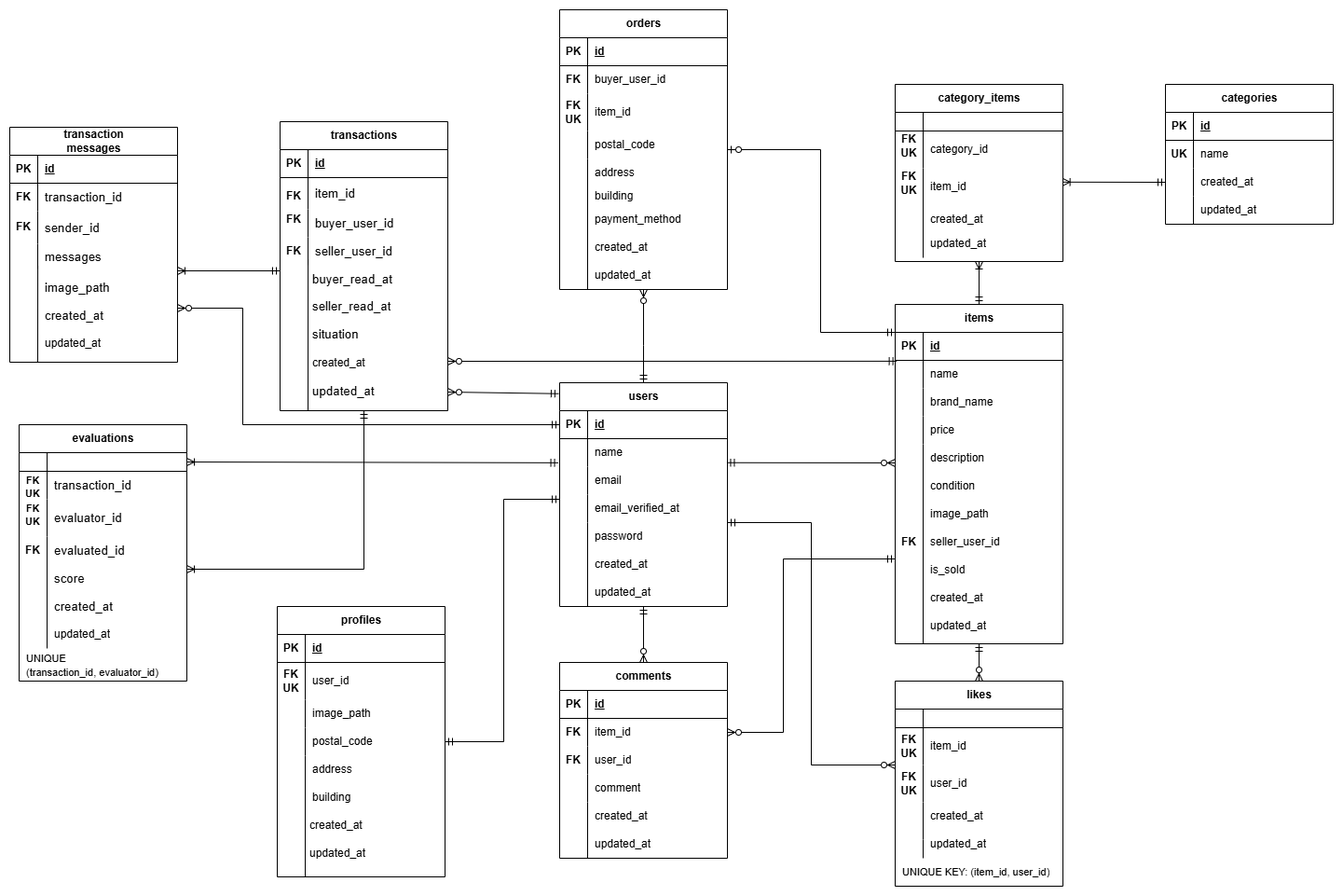
Above: docs/er-pro.png in koshikawa-minori/coachtech-fleamarket (draw.io), before the change. Source tidied: cells renumbered, new cells last; positions are measured from the earlier drawing's top-left corner, leaving out a move shared by most shapes.
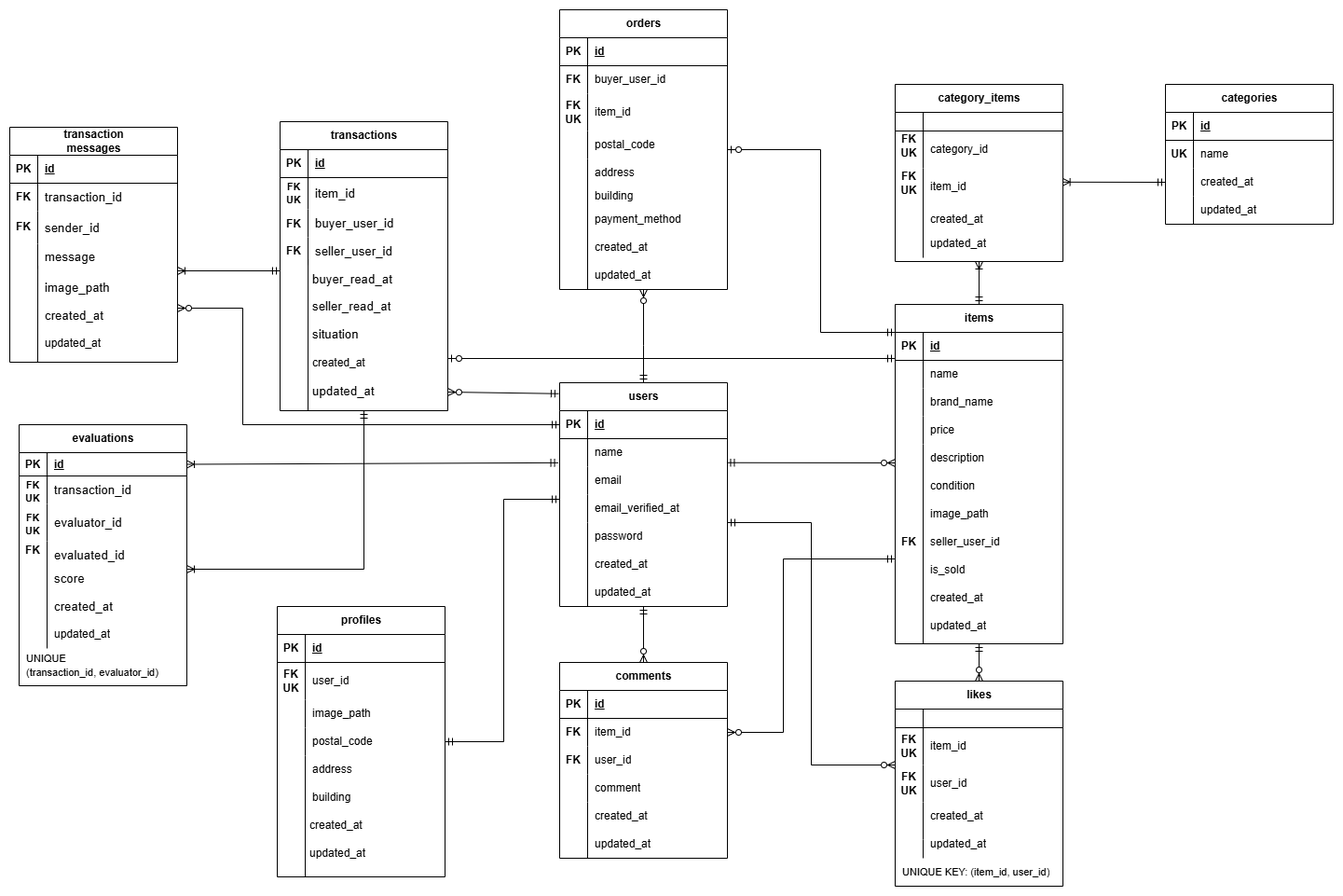
Later version of the same file.

Commit message:
feat: 取引関連テーブル追加とER図・README更新

The edit, as a diff of the source:
```diff
@@ -602,23 +602,23 @@
     <mxCell id="182" style="shape=partialRectangle;fillColor=none;top=0;left=0;bottom=0;right=0;overflow=hidden;whiteSpace=wrap;html=1;" parent="181" vertex="1">
       <mxGeometry width="30" height="27" as="geometry" />
     </mxCell>
-    <mxCell id="183" value="&lt;span style=&quot;font-size:10pt;font-family:Arial;font-style:normal;&quot;&gt;messages&lt;/span&gt;" style="shape=partialRectangle;fillColor=none;top=0;left=0;bottom=0;right=0;align=left;spacingLeft=6;overflow=hidden;whiteSpace=wrap;html=1;" parent="181" vertex="1">
+    <mxCell id="183" value="&lt;span style=&quot;font-size:10pt;font-family:Arial;font-style:normal;&quot;&gt;message&lt;/span&gt;" style="shape=partialRectangle;fillColor=none;top=0;left=0;bottom=0;right=0;align=left;spacingLeft=6;overflow=hidden;whiteSpace=wrap;html=1;" parent="181" vertex="1">
       <mxGeometry x="30" width="150" height="27" as="geometry" />
     </mxCell>
     <mxCell id="184" value="&lt;span style=&quot;text-wrap-mode: wrap;&quot;&gt;evaluations&lt;/span&gt;" style="shape=table;startSize=30;rowLines=0;fontStyle=1;align=center;html=1;" parent="1" vertex="1">
-      <mxGeometry x="10" y="445" width="180" height="275" as="geometry" />
+      <mxGeometry x="10" y="445" width="180" height="280" as="geometry" />
     </mxCell>
     <mxCell id="185" style="shape=tableRow;horizontal=0;startSize=0;swimlaneHead=0;swimlaneBody=0;fillColor=none;points=[[0,0.5],[1,0.5]];portConstraint=eastwest;top=0;left=0;right=0;bottom=1;" parent="184" vertex="1">
-      <mxGeometry y="30" width="180" height="20" as="geometry" />
+      <mxGeometry y="30" width="180" height="25" as="geometry" />
     </mxCell>
-    <mxCell id="186" style="shape=partialRectangle;fillColor=none;top=0;left=0;bottom=0;right=0;fontStyle=1;overflow=hidden;whiteSpace=wrap;html=1;" parent="185" vertex="1">
-      <mxGeometry width="30" height="20" as="geometry" />
+    <mxCell id="186" value="PK" style="shape=partialRectangle;fillColor=none;top=0;left=0;bottom=0;right=0;fontStyle=1;overflow=hidden;whiteSpace=wrap;html=1;" parent="185" vertex="1">
+      <mxGeometry width="30" height="25" as="geometry" />
     </mxCell>
-    <mxCell id="187" value="&lt;div&gt;&lt;br/&gt;&lt;/div&gt;" style="shape=partialRectangle;fillColor=none;top=0;left=0;bottom=0;right=0;align=left;spacingLeft=6;fontStyle=5;overflow=hidden;whiteSpace=wrap;html=1;" parent="185" vertex="1">
-      <mxGeometry x="30" width="150" height="20" as="geometry" />
+    <mxCell id="187" value="&lt;div&gt;id&lt;/div&gt;" style="shape=partialRectangle;fillColor=none;top=0;left=0;bottom=0;right=0;align=left;spacingLeft=6;fontStyle=5;overflow=hidden;whiteSpace=wrap;html=1;" parent="185" vertex="1">
+      <mxGeometry x="30" width="150" height="25" as="geometry" />
     </mxCell>
     <mxCell id="188" style="shape=tableRow;horizontal=0;startSize=0;swimlaneHead=0;swimlaneBody=0;fillColor=none;top=0;left=0;right=0;bottom=0;" parent="184" vertex="1">
-      <mxGeometry y="50" width="180" height="30" as="geometry" />
+      <mxGeometry y="55" width="180" height="30" as="geometry" />
     </mxCell>
     <mxCell id="189" value="&lt;font style=&quot;font-size: 11px;&quot;&gt;FK&lt;br&gt;UK&lt;/font&gt;" style="shape=partialRectangle;fillColor=none;top=0;left=0;bottom=0;right=0;overflow=hidden;whiteSpace=wrap;html=1;fontStyle=1;" parent="188" vertex="1">
       <mxGeometry width="30" height="30" as="geometry" />
@@ -627,7 +627,7 @@
       <mxGeometry x="30" width="150" height="30" as="geometry" />
     </mxCell>
     <mxCell id="191" style="shape=tableRow;horizontal=0;startSize=0;swimlaneHead=0;swimlaneBody=0;fillColor=none;top=0;left=0;right=0;bottom=0;" parent="184" vertex="1">
-      <mxGeometry y="80" width="180" height="40" as="geometry" />
+      <mxGeometry y="85" width="180" height="40" as="geometry" />
     </mxCell>
     <mxCell id="192" value="&lt;span style=&quot;color: rgba(0, 0, 0, 0); font-family: monospace; font-size: 0px; text-align: start; text-wrap-mode: nowrap;&quot;&gt;%3CmxGraphModel%3E%3Croot%3E%3CmxCell%20id%3D%220%22%2F%3E%3CmxCell%20id%3D%221%22%20parent%3D%220%22%2F%3E%3CmxCell%20id%3D%222%22%20value%3D%22FK%26lt%3Bbr%26gt%3BUK%22%20style%3D%22shape%3DpartialRectangle%3Bconnectable%3D0%3BfillColor%3Dnone%3Btop%3D0%3Bleft%3D0%3Bbottom%3D0%3Bright%3D0%3Beditable%3D1%3Boverflow%3Dhidden%3BwhiteSpace%3Dwrap%3Bhtml%3D1%3BfontStyle%3D1%22%20vertex%3D%221%22%20parent%3D%221%22%3E%3CmxGeometry%20x%3D%22-470%22%20y%3D%22-630%22%20width%3D%2230%22%20height%3D%2240%22%20as%3D%22geometry%22%3E%3CmxRectangle%20width%3D%2230%22%20height%3D%2240%22%20as%3D%22alternateBounds%22%2F%3E%3C%2FmxGeometry%3E%3C%2FmxCell%3E%3C%2Froot%3E%3C%2FmxGraphModel%3E&lt;/span&gt;" style="shape=partialRectangle;fillColor=none;top=0;left=0;bottom=0;right=0;overflow=hidden;whiteSpace=wrap;html=1;" parent="191" vertex="1">
       <mxGeometry width="30" height="40" as="geometry" />
@@ -636,7 +636,7 @@
       <mxGeometry x="30" width="150" height="40" as="geometry" />
     </mxCell>
     <mxCell id="194" style="shape=tableRow;horizontal=0;startSize=0;swimlaneHead=0;swimlaneBody=0;fillColor=none;top=0;left=0;right=0;bottom=0;" parent="184" vertex="1">
-      <mxGeometry y="120" width="180" height="30" as="geometry" />
+      <mxGeometry y="125" width="180" height="30" as="geometry" />
     </mxCell>
     <mxCell id="195" style="shape=partialRectangle;fillColor=none;top=0;left=0;bottom=0;right=0;overflow=hidden;whiteSpace=wrap;html=1;" parent="194" vertex="1">
       <mxGeometry width="30" height="30" as="geometry" />
@@ -679,11 +679,11 @@
         <mxPoint x="320" y="430" as="sourcePoint" />
       </mxGeometry>
     </mxCell>
-    <mxCell id="208" value="FK" style="shape=partialRectangle;fillColor=none;top=0;left=0;bottom=0;right=0;overflow=hidden;whiteSpace=wrap;html=1;fontStyle=1;" parent="1" vertex="1">
+    <mxCell id="208" value="&lt;div&gt;&lt;br&gt;&lt;/div&gt;&lt;div&gt;&lt;br&gt;&lt;/div&gt;" style="shape=partialRectangle;fillColor=none;top=0;left=0;bottom=0;right=0;overflow=hidden;whiteSpace=wrap;html=1;fontStyle=1;" parent="1" vertex="1">
       <mxGeometry x="290" y="185" width="30" height="30" as="geometry" />
     </mxCell>
     <mxCell id="209" value="FK" style="shape=partialRectangle;fillColor=none;top=0;left=0;bottom=0;right=0;overflow=hidden;whiteSpace=wrap;html=1;fontStyle=1;" parent="1" vertex="1">
-      <mxGeometry x="290" y="210" width="30" height="30" as="geometry" />
+      <mxGeometry x="290" y="215" width="30" height="30" as="geometry" />
     </mxCell>
     <mxCell id="210" value="FK" style="shape=partialRectangle;fillColor=none;top=0;left=0;bottom=0;right=0;overflow=hidden;whiteSpace=wrap;html=1;fontStyle=1;" parent="1" vertex="1">
       <mxGeometry x="290" y="244" width="30" height="30" as="geometry" />
@@ -700,7 +700,7 @@
       <mxGeometry x="10" y="565" width="30" height="30" as="geometry" />
     </mxCell>
     <mxCell id="214" value="&lt;font style=&quot;font-size: 11px;&quot;&gt;FK&lt;br&gt;UK&lt;/font&gt;" style="shape=partialRectangle;fillColor=none;top=0;left=0;bottom=0;right=0;overflow=hidden;whiteSpace=wrap;html=1;fontStyle=1;" parent="1" vertex="1">
-      <mxGeometry x="10" y="525" width="30" height="30" as="geometry" />
+      <mxGeometry x="10" y="535" width="30" height="30" as="geometry" />
     </mxCell>
     <mxCell id="215" value="&lt;span style=&quot;font-size:10pt;font-family:Arial;font-style:normal;&quot;&gt;created_at&lt;/span&gt;" style="shape=partialRectangle;fillColor=none;top=0;left=0;bottom=0;right=0;align=left;spacingLeft=6;overflow=hidden;whiteSpace=wrap;html=1;" parent="1" vertex="1">
       <mxGeometry x="40" y="625" width="150" height="30" as="geometry" />
@@ -711,11 +711,6 @@
         <mxPoint x="40" y="585" as="targetPoint" />
       </mxGeometry>
     </mxCell>
-    <mxCell id="217" style="fontSize=12;html=1;endArrow=ERzeroToMany;startArrow=ERmandOne;rounded=0;exitX=0.009;exitY=0.03;exitDx=0;exitDy=0;exitPerimeter=0;" parent="1" edge="1" source="71">
-      <mxGeometry relative="1" as="geometry">
-        <mxPoint x="470" y="377" as="targetPoint" />
-      </mxGeometry>
-    </mxCell>
     <mxCell id="218" style="fontSize=12;html=1;endArrow=ERzeroToMany;startArrow=ERmandOne;rounded=0;exitX=-0.006;exitY=0.049;exitDx=0;exitDy=0;exitPerimeter=0;" parent="1" edge="1" source="15">
       <mxGeometry relative="1" as="geometry">
         <mxPoint x="470" y="410" as="targetPoint" />
@@ -753,5 +748,14 @@
     <mxCell id="224" value="&lt;span style=&quot;font-family: Arial;&quot;&gt;&lt;font style=&quot;font-size: 11px;&quot;&gt;UNIQUE KEY: (item_id, user_id)&lt;/font&gt;&lt;/span&gt;" style="shape=partialRectangle;fillColor=none;top=0;left=0;bottom=0;right=0;align=left;spacingLeft=6;overflow=hidden;whiteSpace=wrap;html=1;" parent="1" vertex="1">
       <mxGeometry x="950" y="910" width="170" height="30" as="geometry" />
     </mxCell>
+    <mxCell id="225" value="&lt;font style=&quot;font-size: 11px;&quot;&gt;FK&lt;br&gt;UK&lt;/font&gt;" style="shape=partialRectangle;fillColor=none;top=0;left=0;bottom=0;right=0;overflow=hidden;whiteSpace=wrap;html=1;fontStyle=1;" parent="1" vertex="1">
+      <mxGeometry x="290" y="180" width="30" height="30" as="geometry" />
+    </mxCell>
+    <mxCell id="226" style="fontSize=12;html=1;endArrow=ERzeroToOne;startArrow=ERmandOne;rounded=0;" parent="1" edge="1">
+      <mxGeometry relative="1" as="geometry">
+        <mxPoint x="950" y="374" as="sourcePoint" />
+        <mxPoint x="470" y="374" as="targetPoint" />
+      </mxGeometry>
+    </mxCell>
   </root>
 </mxGraphModel>
```
